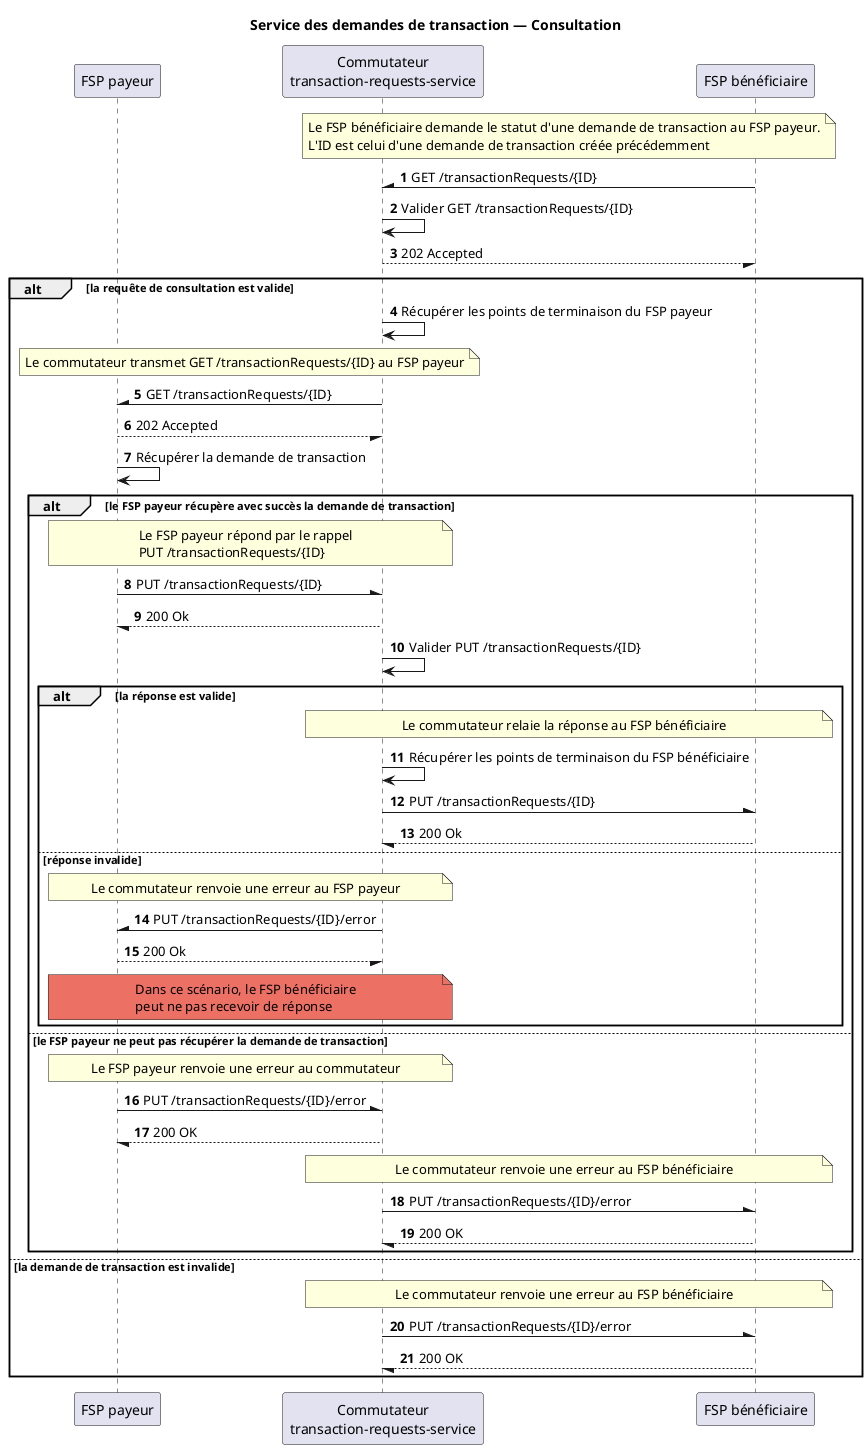
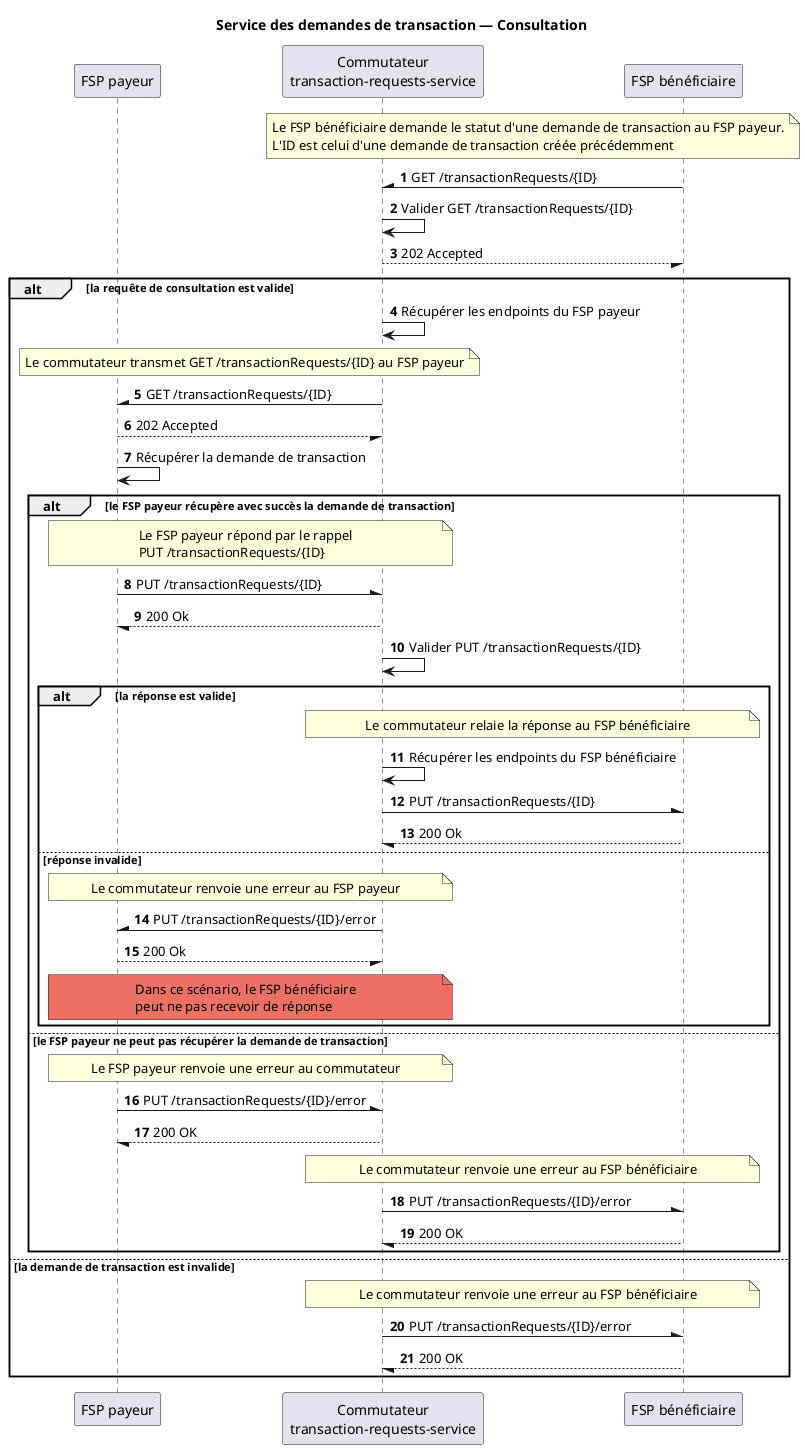
/'*****
 License
 --------------
 Copyright © 2017 Bill & Melinda Gates Foundation
 The Mojaloop files are made available by the Bill & Melinda Gates Foundation under the Apache License, Version 2.0 (the "License") and you may not use these files except in compliance with the License. You may obtain a copy of the License at
 http://www.apache.org/licenses/LICENSE-2.0
 Unless required by applicable law or agreed to in writing, the Mojaloop files are distributed on an "AS IS" BASIS, WITHOUT WARRANTIES OR CONDITIONS OF ANY KIND, either express or implied. See the License for the specific language governing permissions and limitations under the License.
 Contributors
 --------------
 This is the official list of the Mojaloop project contributors for this file.
 Names of the original copyright holders (individuals or organizations)
 should be listed with a '*' in the first column. People who have
 contributed from an organization can be listed under the organization
 that actually holds the copyright for their contributions (see the
 Gates Foundation organization for an example). Those individuals should have
 their names indented and be marked with a '-'. Email address can be added
 optionally within square brackets <email>.
 * Gates Foundation
 - Name Surname <name.surname@gatesfoundation.com>

 * Sam Kummary <sam@modusbox.com>
 --------------
 ******'/


@startuml
Title Service des demandes de transaction — Consultation
participant "FSP payeur"
participant "Commutateur\ntransaction-requests-service" as Switch
participant "FSP bénéficiaire"

autonumber
note over "FSP bénéficiaire", Switch: Le FSP bénéficiaire demande le statut d'une demande de transaction au FSP payeur.\nL'ID est celui d'une demande de transaction créée précédemment
"FSP bénéficiaire" -\ Switch: GET /transactionRequests/{ID}
Switch -> Switch: Valider GET /transactionRequests/{ID}
Switch --/ "FSP bénéficiaire": 202 Accepted

alt la requête de consultation est valide

-     Switch -> Switch: Récupérer les points de terminaison du FSP payeur
+     Switch -> Switch: Récupérer les endpoints du FSP payeur
    note over Switch, "FSP payeur": Le commutateur transmet GET /transactionRequests/{ID} au FSP payeur
    Switch -\ "FSP payeur": GET /transactionRequests/{ID}
    "FSP payeur" --/ Switch: 202 Accepted
    "FSP payeur" -> "FSP payeur": Récupérer la demande de transaction

    alt le FSP payeur récupère avec succès la demande de transaction

        note over "FSP payeur", Switch: Le FSP payeur répond par le rappel\nPUT /transactionRequests/{ID}
        "FSP payeur" -\ Switch: PUT /transactionRequests/{ID}
        Switch --/ "FSP payeur": 200 Ok

        Switch -> Switch: Valider PUT /transactionRequests/{ID}

        alt la réponse est valide

            note over Switch, "FSP bénéficiaire": Le commutateur relaie la réponse au FSP bénéficiaire
-             Switch -> Switch: Récupérer les points de terminaison du FSP bénéficiaire
+             Switch -> Switch: Récupérer les endpoints du FSP bénéficiaire

            Switch -\ "FSP bénéficiaire": PUT /transactionRequests/{ID}
            "FSP bénéficiaire" --/ Switch: 200 Ok

        else réponse invalide

            note over Switch, "FSP payeur": Le commutateur renvoie une erreur au FSP payeur

            Switch -\ "FSP payeur": PUT /transactionRequests/{ID}/error
            "FSP payeur" --/ Switch : 200 Ok

            note over Switch, "FSP payeur" #ec7063: Dans ce scénario, le FSP bénéficiaire\npeut ne pas recevoir de réponse

        end
    else le FSP payeur ne peut pas récupérer la demande de transaction

        note over "FSP payeur", Switch: Le FSP payeur renvoie une erreur au commutateur

        "FSP payeur" -\ Switch: PUT /transactionRequests/{ID}/error
        Switch --/ "FSP payeur": 200 OK

        note over "FSP bénéficiaire", Switch: Le commutateur renvoie une erreur au FSP bénéficiaire

        Switch -\ "FSP bénéficiaire": PUT /transactionRequests/{ID}/error
        "FSP bénéficiaire" --/ Switch: 200 OK

    end
else la demande de transaction est invalide
    note over "FSP bénéficiaire", Switch: Le commutateur renvoie une erreur au FSP bénéficiaire
    Switch -\ "FSP bénéficiaire": PUT /transactionRequests/{ID}/error
    "FSP bénéficiaire" --/ Switch: 200 OK
end
@enduml
